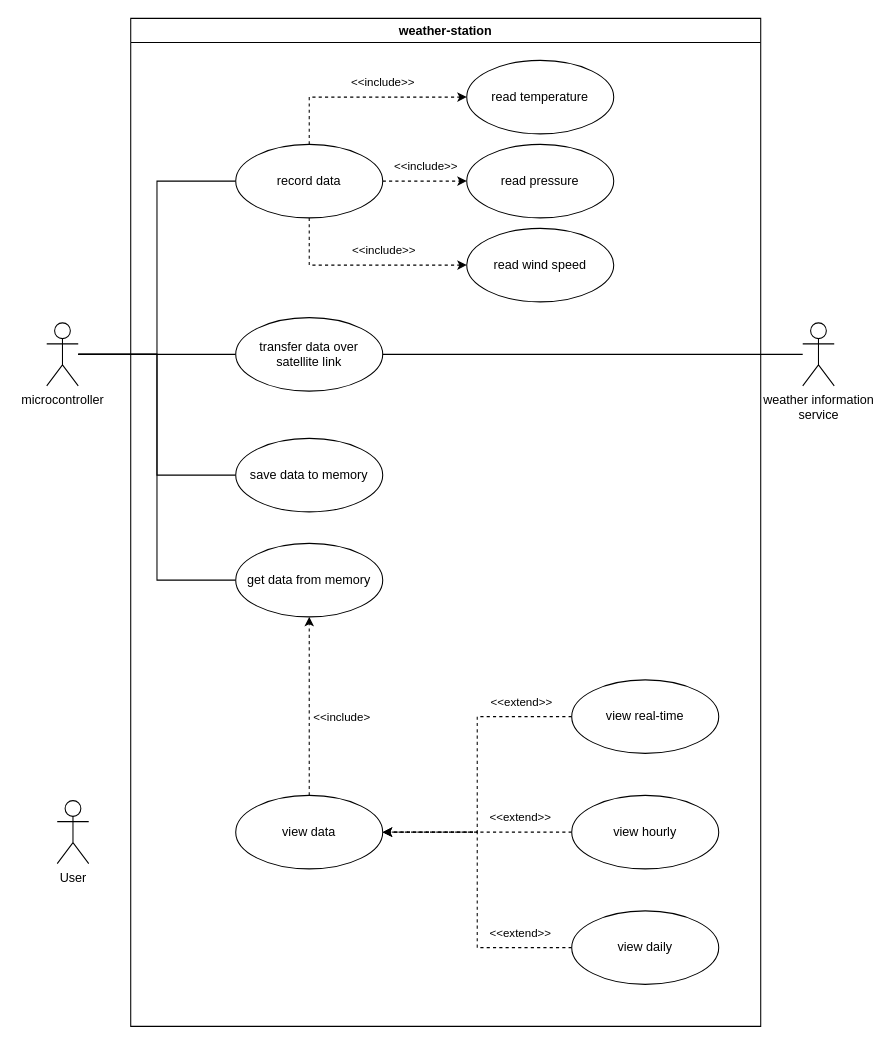
Earlier version of the draw.io diagram lab2/doc/sdq_lab2_functional_design.drawio (matas-noreika/software_design_and_quality). Source tidied: cells renumbered, new cells numbered last; positions are measured from the earlier drawing's top-left corner, leaving out a move shared by most shapes. Both pictures are drawn from the tidied source at 105%, with x=0, y=0 at pixel (46, 18).
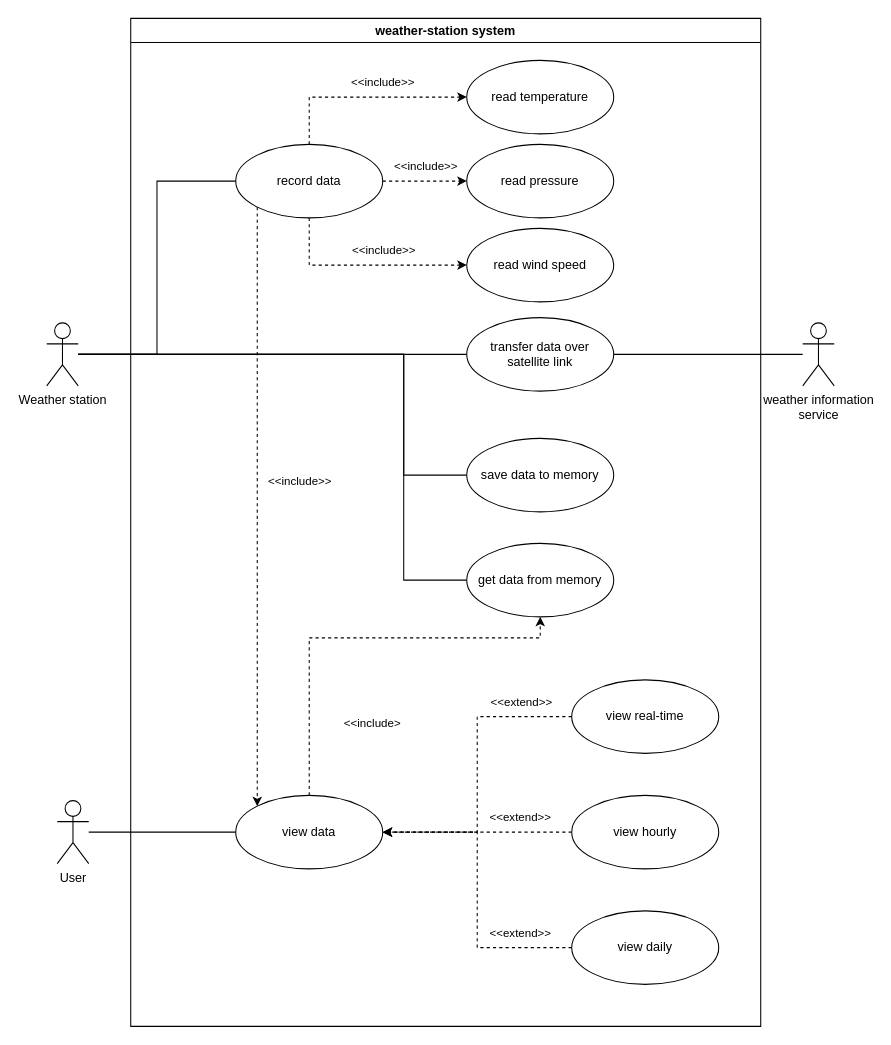
The same diagram, later.

Commit message (it also covers changes not shown here):
fully configured use-case diagram

Unchanged cells that the change refers to:
```xml
<mxCell id="15" value="record data" style="ellipse;whiteSpace=wrap;html=1;" parent="7" vertex="1">
  <mxGeometry x="100" y="120" width="140" height="70" as="geometry" />
</mxCell>
<mxCell id="30" value="view data" style="ellipse;whiteSpace=wrap;html=1;" parent="7" vertex="1">
  <mxGeometry x="100" y="740" width="140" height="70" as="geometry" />
</mxCell>
<mxCell id="35" value="User" style="shape=umlActor;verticalLabelPosition=bottom;verticalAlign=top;html=1;outlineConnect=0;" parent="1" vertex="1">
  <mxGeometry x="10" y="745" width="30" height="60" as="geometry" />
</mxCell>
```

Change to the diagram source:
```diff
@@
     <mxCell id="4" style="edgeStyle=orthogonalEdgeStyle;rounded=0;jettySize=auto;html=1;entryX=0;entryY=0.5;entryDx=0;entryDy=0;endArrow=none;startFill=0;" parent="1" edge="1" source="6" target="19">
-      <mxGeometry relative="1" as="geometry" />
+      <mxGeometry relative="1" as="geometry">
+        <Array as="points">
+          <mxPoint x="340" y="320" />
+          <mxPoint x="340" y="435" />
+        </Array>
+      </mxGeometry>
     </mxCell>
     <mxCell id="5" style="edgeStyle=orthogonalEdgeStyle;rounded=0;jettySize=auto;html=1;entryX=0;entryY=0.5;entryDx=0;entryDy=0;endArrow=none;startFill=0;" parent="1" edge="1" source="6" target="27">
-      <mxGeometry relative="1" as="geometry" />
+      <mxGeometry relative="1" as="geometry">
+        <Array as="points">
+          <mxPoint x="340" y="320" />
+          <mxPoint x="340" y="535" />
+        </Array>
+      </mxGeometry>
     </mxCell>
-    <mxCell id="6" value="microcontroller" style="shape=umlActor;verticalLabelPosition=bottom;verticalAlign=top;html=1;outlineConnect=0;" parent="1" vertex="1">
+    <mxCell id="6" value="Weather station" style="shape=umlActor;verticalLabelPosition=bottom;verticalAlign=top;html=1;outlineConnect=0;" parent="1" vertex="1">
       <mxGeometry y="290" width="30" height="60" as="geometry" />
     </mxCell>
-    <mxCell id="7" value="weather-station" style="swimlane;" parent="1" vertex="1">
+    <mxCell id="7" value="weather-station system" style="swimlane;" parent="1" vertex="1">
       <mxGeometry x="80" width="600" height="960" as="geometry" />
     </mxCell>
     <mxCell id="8" value="transfer data over&lt;div&gt;satellite link&lt;/div&gt;" style="ellipse;whiteSpace=wrap;html=1;" parent="7" vertex="1">
-      <mxGeometry x="100" y="285" width="140" height="70" as="geometry" />
+      <mxGeometry x="320" y="285" width="140" height="70" as="geometry" />
     </mxCell>
@@
+    <mxCell id="36" style="edgeStyle=orthogonalEdgeStyle;rounded=0;jettySize=auto;html=1;exitX=0;exitY=1;exitDx=0;exitDy=0;entryX=0;entryY=0;entryDx=0;entryDy=0;dashed=1;" parent="7" edge="1" source="15" target="30">
+      <mxGeometry relative="1" as="geometry" />
+    </mxCell>
+    <mxCell id="37" value="&amp;lt;&amp;lt;include&amp;gt;&amp;gt;" style="edgeLabel;html=1;align=center;verticalAlign=middle;" parent="36" vertex="1">
+      <mxGeometry x="0.01" relative="1" as="geometry">
+        <mxPoint x="40" y="-27" as="offset" />
+      </mxGeometry>
+    </mxCell>
@@
     <mxCell id="19" value="save data to memory" style="ellipse;whiteSpace=wrap;html=1;" parent="7" vertex="1">
-      <mxGeometry x="100" y="400" width="140" height="70" as="geometry" />
+      <mxGeometry x="320" y="400" width="140" height="70" as="geometry" />
     </mxCell>
@@
     <mxCell id="27" value="get data from memory" style="ellipse;whiteSpace=wrap;html=1;" parent="7" vertex="1">
-      <mxGeometry x="100" y="500" width="140" height="70" as="geometry" />
+      <mxGeometry x="320" y="500" width="140" height="70" as="geometry" />
     </mxCell>
     <mxCell id="28" style="edgeStyle=orthogonalEdgeStyle;rounded=0;jettySize=auto;html=1;entryX=0.5;entryY=1;entryDx=0;entryDy=0;dashed=1;" parent="7" edge="1" source="30" target="27">
-      <mxGeometry relative="1" as="geometry" />
+      <mxGeometry relative="1" as="geometry">
+        <Array as="points">
+          <mxPoint x="170" y="590" />
+          <mxPoint x="390" y="590" />
+        </Array>
+      </mxGeometry>
     </mxCell>
     <mxCell id="29" value="&amp;lt;&amp;lt;include&amp;gt;" style="edgeLabel;html=1;align=center;verticalAlign=middle;" parent="28" vertex="1">
       <mxGeometry x="-0.11" relative="1" as="geometry">
-        <mxPoint x="30" y="1" as="offset" />
+        <mxPoint x="35" y="80" as="offset" />
       </mxGeometry>
     </mxCell>
@@
+    <mxCell id="38" style="edgeStyle=orthogonalEdgeStyle;rounded=0;jettySize=auto;html=1;endArrow=none;startFill=0;" parent="1" edge="1" source="30" target="35">
+      <mxGeometry relative="1" as="geometry" />
+    </mxCell>
```
